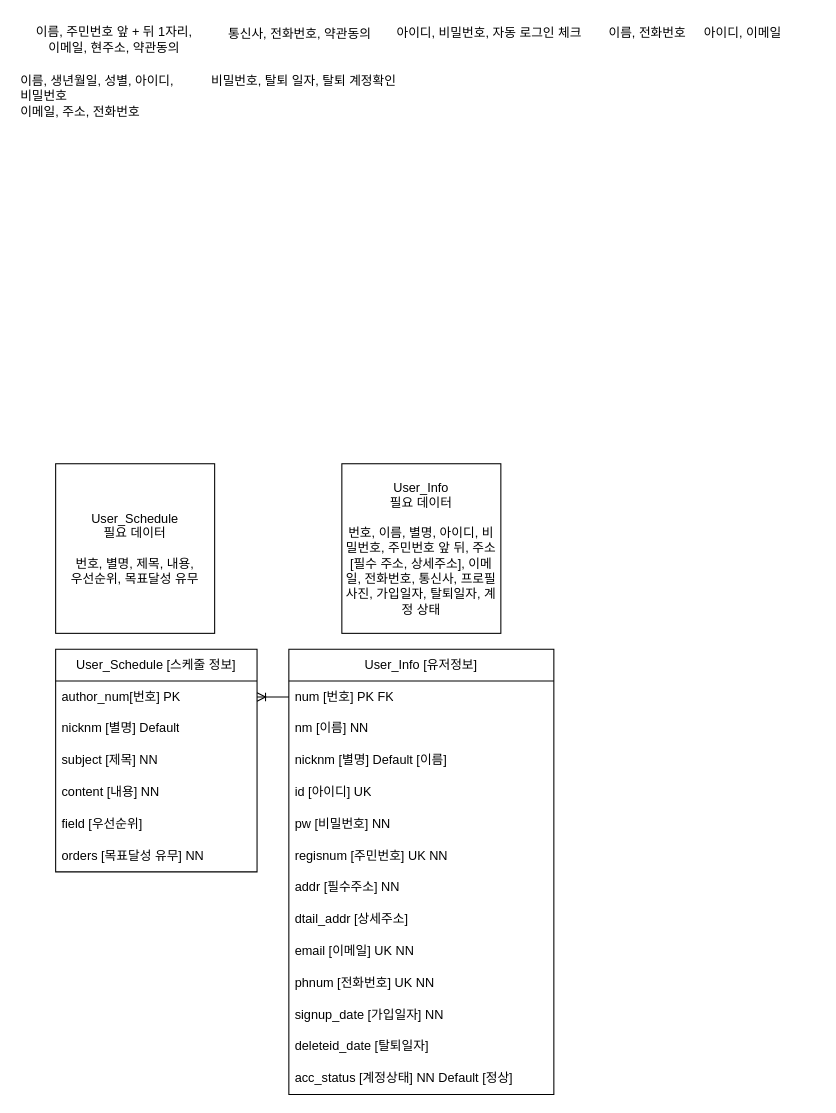
Above: portfolio/To-do List ERD.drawio in D-o-H-w-a/SelfStudy (draw.io), before the change. Source tidied: cells renumbered, new cells numbered last; positions are measured from the earlier drawing's top-left corner, leaving out a move shared by most shapes. Both pictures are drawn from the tidied source at 106%, with x=0, y=0 at pixel (18, 18).
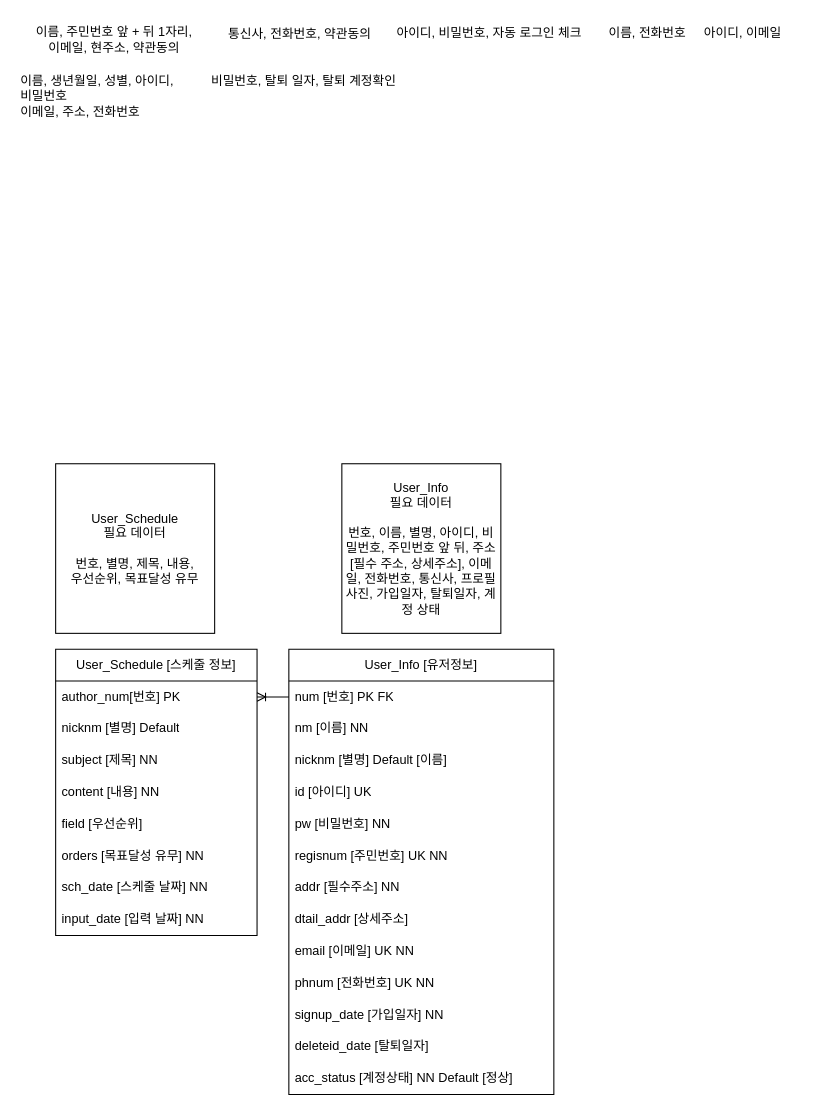
The same page after the edit.

Commit message:
ERD 데이터 추가

[스케줄 정보] 테이블 User_Schedule
sch_date [스케줄 날짜] NN
input_date [입력 날짜] NN

Diff of the diagram source:
```diff
@@
     <mxCell id="24" value="User_Schedule [스케줄 정보]" style="swimlane;fontStyle=0;horizontal=1;startSize=30;whiteSpace=wrap;html=1;" parent="1" vertex="1">
-      <mxGeometry x="35" y="595" width="190" height="210" as="geometry" />
+      <mxGeometry x="35" y="595" width="190" height="270" as="geometry" />
     </mxCell>
@@
+    <mxCell id="33" value="orders [목표달성 유무] NN" style="text;strokeColor=none;fillColor=none;align=left;verticalAlign=middle;spacingLeft=4;spacingRight=4;overflow=hidden;whiteSpace=wrap;html=1;" parent="24" vertex="1">
+      <mxGeometry y="180" width="190" height="30" as="geometry" />
+    </mxCell>
+    <mxCell id="34" value="sch_date [스케줄 날짜] NN" style="text;strokeColor=none;fillColor=none;align=left;verticalAlign=middle;spacingLeft=4;spacingRight=4;overflow=hidden;whiteSpace=wrap;html=1;" parent="24" vertex="1">
+      <mxGeometry y="210" width="190" height="30" as="geometry" />
+    </mxCell>
-    <mxCell id="30" value="orders [목표달성 유무] NN" style="text;strokeColor=none;fillColor=none;align=left;verticalAlign=middle;spacingLeft=4;spacingRight=4;overflow=hidden;whiteSpace=wrap;html=1;" parent="24" vertex="1">
-      <mxGeometry y="180" width="190" height="30" as="geometry" />
+    <mxCell id="30" value="input_date [입력 날짜] NN" style="text;strokeColor=none;fillColor=none;align=left;verticalAlign=middle;spacingLeft=4;spacingRight=4;overflow=hidden;whiteSpace=wrap;html=1;" parent="24" vertex="1">
+      <mxGeometry y="240" width="190" height="30" as="geometry" />
     </mxCell>
```
